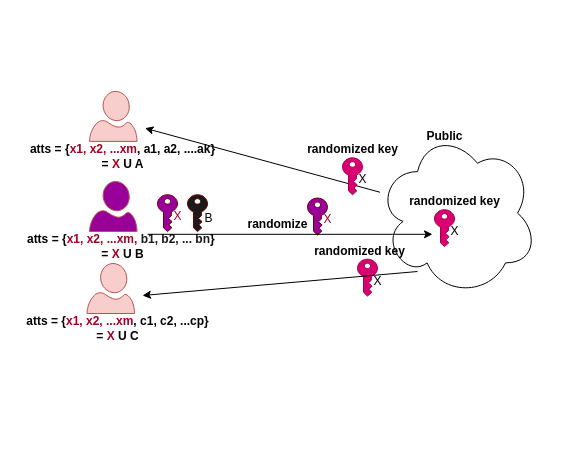
This is AKL.drawio from huyle84/diagrams, a draw.io file, before an edit. Source tidied: cells renumbered, new cells numbered last; positions are measured from the earlier drawing's top-left corner, leaving out a move shared by most shapes. Both pictures are drawn from the tidied source at 100%, with x=0, y=0 at pixel (17, 91).
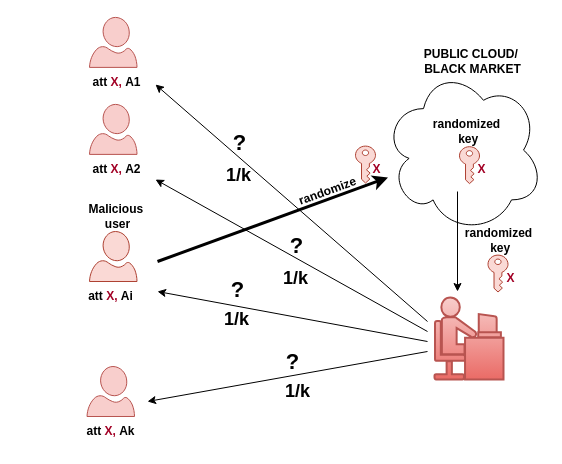
The same diagram, later.

The edit, as a diff of the source:
```diff
@@
     <mxCell id="2" style="ellipse;shape=cloud;whiteSpace=wrap;html=1;" parent="1" vertex="1">
-      <mxGeometry x="360" y="38.6" width="160" height="166" as="geometry" />
+      <mxGeometry x="366" y="-24.4" width="160" height="166" as="geometry" />
     </mxCell>
     <mxCell id="3" style="verticalLabelPosition=bottom;html=1;verticalAlign=top;align=center;strokeColor=#b85450;fillColor=#f8cecc;shape=mxgraph.azure.user;" parent="1" vertex="1">
-      <mxGeometry x="72" y="-0.1" width="47.5" height="50" as="geometry" />
+      <mxGeometry x="72" y="-74.1" width="47.5" height="50" as="geometry" />
     </mxCell>
-    <mxCell id="4" style="verticalLabelPosition=bottom;html=1;verticalAlign=top;align=center;strokeColor=#b85450;fillColor=#990099;shape=mxgraph.azure.user;" parent="1" vertex="1">
-      <mxGeometry x="72" y="90" width="47.5" height="50" as="geometry" />
+    <mxCell id="4" style="verticalLabelPosition=bottom;html=1;verticalAlign=top;align=center;strokeColor=#ae4132;fillColor=#fad9d5;shape=mxgraph.azure.user;" parent="1" vertex="1">
+      <mxGeometry x="72" y="140" width="47.5" height="50" as="geometry" />
     </mxCell>
     <mxCell id="5" style="verticalLabelPosition=bottom;html=1;verticalAlign=top;align=center;strokeColor=#b85450;fillColor=#f8cecc;shape=mxgraph.azure.user;" parent="1" vertex="1">
-      <mxGeometry x="69.5" y="172" width="47.5" height="50" as="geometry" />
+      <mxGeometry x="69.5" y="275" width="47.5" height="50" as="geometry" />
     </mxCell>
-    <mxCell id="6" value="atts = {&lt;span&gt;&lt;font color=&quot;#a20025&quot;&gt;x1, x2, ...xm, &lt;/font&gt;&lt;font color=&quot;#1a1a1a&quot;&gt;b1, b2, ... bn&lt;/font&gt;&lt;/span&gt;}&amp;nbsp;&lt;div&gt;= &lt;font color=&quot;#a20025&quot;&gt;X&lt;/font&gt; U B&lt;/div&gt;" style="text;html=1;align=center;verticalAlign=middle;strokeColor=none;fillColor=none;fontStyle=1;" parent="1" vertex="1">
-      <mxGeometry y="135" width="210" height="40" as="geometry" />
-    </mxCell>
-    <mxCell id="7" style="sketch=0;shadow=0;dashed=0;html=1;strokeColor=#6F0000;labelPosition=center;verticalLabelPosition=bottom;verticalAlign=top;align=center;shape=mxgraph.office.security.key_permissions;fillColor=#990099;rotation=0;fontColor=#ffffff;" parent="1" vertex="1">
-      <mxGeometry x="140" y="103.2" width="20" height="36.9" as="geometry" />
-    </mxCell>
-    <mxCell id="8" value="atts = {&lt;font color=&quot;#a20025&quot;&gt;&lt;span&gt;x1, x2, ...xm&lt;/span&gt;&lt;/font&gt;, c1, c2, ...cp}&lt;div&gt;= &lt;font color=&quot;#a20025&quot;&gt;X&lt;/font&gt; U C&lt;/div&gt;" style="text;html=1;align=center;verticalAlign=middle;strokeColor=none;fillColor=none;fontStyle=1;" parent="1" vertex="1">
-      <mxGeometry y="217" width="200" height="40" as="geometry" />
-    </mxCell>
-    <mxCell id="9" value="atts = {&lt;font color=&quot;#a20025&quot;&gt;&lt;span&gt;x1, x2, ...xm&lt;/span&gt;&lt;/font&gt;, a1, a2, ....ak}&lt;div&gt;= &lt;font color=&quot;#a20025&quot;&gt;X&lt;/font&gt; U A&lt;/div&gt;" style="text;html=1;align=center;verticalAlign=middle;points=[];strokeColor=none;fillColor=none;fontStyle=1;" parent="1" vertex="1">
-      <mxGeometry x="5" y="44.9" width="200" height="40" as="geometry" />
+    <mxCell id="9" value="att&amp;nbsp;&lt;font color=&quot;#a20025&quot;&gt;X,&lt;/font&gt;&amp;nbsp;A1" style="text;html=1;align=center;verticalAlign=middle;points=[];strokeColor=none;fillColor=none;fontStyle=1;" parent="1" vertex="1">
+      <mxGeometry x="64" y="-24.1" width="70" height="30" as="geometry" />
     </mxCell>
-    <mxCell id="10" value="&lt;font color=&quot;#a20025&quot;&gt;X&lt;/font&gt;" style="text;html=1;align=center;verticalAlign=middle;strokeColor=none;fillColor=none;" parent="1" vertex="1">
-      <mxGeometry x="145" y="110" width="30" height="30" as="geometry" />
-    </mxCell>
-    <mxCell id="11" style="sketch=0;shadow=0;dashed=0;html=1;strokeColor=#6F0000;labelPosition=center;verticalLabelPosition=bottom;verticalAlign=top;align=center;shape=mxgraph.office.security.key_permissions;fillColor=#1A1A1A;rotation=0;fontColor=#ffffff;" parent="1" vertex="1">
-      <mxGeometry x="170" y="103.2" width="20" height="36.9" as="geometry" />
-    </mxCell>
-    <mxCell id="12" value="B" style="text;html=1;align=center;verticalAlign=middle;strokeColor=none;fillColor=none;" parent="1" vertex="1">
-      <mxGeometry x="176" y="112" width="30" height="30" as="geometry" />
-    </mxCell>
-    <mxCell id="13" style="sketch=0;shadow=0;dashed=0;html=1;strokeColor=#A50040;labelPosition=center;verticalLabelPosition=bottom;verticalAlign=top;align=center;shape=mxgraph.office.security.key_permissions;fillColor=#d80073;rotation=0;fontColor=#ffffff;" parent="1" vertex="1">
-      <mxGeometry x="417" y="118.2" width="20" height="36.9" as="geometry" />
+    <mxCell id="13" style="sketch=0;shadow=0;dashed=0;html=1;strokeColor=#ae4132;labelPosition=center;verticalLabelPosition=bottom;verticalAlign=top;align=center;shape=mxgraph.office.security.key_permissions;fillColor=#fad9d5;rotation=0;" parent="1" vertex="1">
+      <mxGeometry x="442" y="55.2" width="20" height="36.9" as="geometry" />
     </mxCell>
-    <mxCell id="14" value="X" style="text;html=1;align=center;verticalAlign=middle;strokeColor=none;fillColor=none;" parent="1" vertex="1">
-      <mxGeometry x="422" y="125" width="30" height="30" as="geometry" />
-    </mxCell>
-    <mxCell id="15" value="Public" style="text;html=1;align=center;verticalAlign=middle;strokeColor=none;fillColor=none;fontStyle=1;" parent="1" vertex="1">
-      <mxGeometry x="397" y="30" width="60" height="30" as="geometry" />
+    <mxCell id="15" value="PUBLIC CLOUD/&amp;nbsp;&lt;div&gt;BLACK MARKET&lt;/div&gt;" style="text;html=1;align=center;verticalAlign=middle;strokeColor=none;fillColor=none;fontStyle=1;" parent="1" vertex="1">
+      <mxGeometry x="395" y="-50.1" width="120" height="40" as="geometry" />
     </mxCell>
-    <mxCell id="16" value="randomized key" style="text;html=1;align=center;verticalAlign=middle;strokeColor=none;fillColor=none;fontStyle=1;" parent="1" vertex="1">
-      <mxGeometry x="382" y="95" width="110" height="30" as="geometry" />
+    <mxCell id="16" value="randomized&lt;div&gt;&amp;nbsp;key&lt;/div&gt;" style="text;html=1;align=center;verticalAlign=middle;strokeColor=none;fillColor=none;fontStyle=1;" parent="1" vertex="1">
+      <mxGeometry x="404" y="20" width="90" height="40" as="geometry" />
     </mxCell>
-    <mxCell id="17" style="endArrow=classic;html=1;rounded=0;" parent="1" edge="1" source="2">
-      <mxGeometry relative="1" as="geometry">
-        <mxPoint x="127.5" y="36.7" as="targetPoint" />
-      </mxGeometry>
-    </mxCell>
-    <mxCell id="18" style="sketch=0;shadow=0;dashed=0;html=1;strokeColor=#A50040;labelPosition=center;verticalLabelPosition=bottom;verticalAlign=top;align=center;shape=mxgraph.office.security.key_permissions;fillColor=#d80073;rotation=0;fontColor=#ffffff;" parent="1" vertex="1">
-      <mxGeometry x="325" y="66.3" width="20" height="36.9" as="geometry" />
-    </mxCell>
-    <mxCell id="19" value="X" style="text;html=1;align=center;verticalAlign=middle;strokeColor=none;fillColor=none;" parent="1" vertex="1">
-      <mxGeometry x="330" y="73.1" width="30" height="30" as="geometry" />
-    </mxCell>
-    <mxCell id="20" style="sketch=0;shadow=0;dashed=0;html=1;strokeColor=#A50040;labelPosition=center;verticalLabelPosition=bottom;verticalAlign=top;align=center;shape=mxgraph.office.security.key_permissions;fillColor=#d80073;rotation=0;fontColor=#ffffff;" parent="1" vertex="1">
-      <mxGeometry x="340" y="167.7" width="20" height="36.9" as="geometry" />
-    </mxCell>
-    <mxCell id="21" value="X" style="text;html=1;align=center;verticalAlign=middle;strokeColor=none;fillColor=none;" parent="1" vertex="1">
-      <mxGeometry x="345" y="174.6" width="30" height="30" as="geometry" />
-    </mxCell>
-    <mxCell id="22" style="endArrow=classic;html=1;rounded=0;" parent="1" edge="1">
-      <mxGeometry relative="1" as="geometry">
-        <mxPoint x="400" y="180" as="sourcePoint" />
-        <mxPoint x="125" y="204" as="targetPoint" />
-      </mxGeometry>
-    </mxCell>
-    <mxCell id="23" style="sketch=0;shadow=0;dashed=0;html=1;strokeColor=#6F0000;labelPosition=center;verticalLabelPosition=bottom;verticalAlign=top;align=center;shape=mxgraph.office.security.key_permissions;fillColor=#990099;rotation=0;fontColor=#ffffff;" parent="1" vertex="1">
-      <mxGeometry x="290" y="106.6" width="20" height="36.9" as="geometry" />
+    <mxCell id="23" style="sketch=0;shadow=0;dashed=0;html=1;strokeColor=#ae4132;labelPosition=center;verticalLabelPosition=bottom;verticalAlign=top;align=center;shape=mxgraph.office.security.key_permissions;fillColor=#fad9d5;rotation=0;" parent="1" vertex="1">
+      <mxGeometry x="338" y="54.6" width="20" height="36.9" as="geometry" />
     </mxCell>
-    <mxCell id="24" value="&lt;font color=&quot;#a20025&quot;&gt;X&lt;/font&gt;" style="text;html=1;align=center;verticalAlign=middle;strokeColor=none;fillColor=none;" parent="1" vertex="1">
-      <mxGeometry x="295" y="113.4" width="30" height="30" as="geometry" />
+    <mxCell id="24" value="&lt;font color=&quot;#a20025&quot;&gt;X&lt;/font&gt;" style="text;html=1;align=center;verticalAlign=middle;strokeColor=none;fillColor=none;fontStyle=1;" parent="1" vertex="1">
+      <mxGeometry x="344" y="63.4" width="30" height="30" as="geometry" />
     </mxCell>
-    <mxCell id="25" style="endArrow=classic;html=1;rounded=0;" parent="1" edge="1">
+    <mxCell id="25" style="endArrow=classic;html=1;rounded=0;strokeWidth=3;" parent="1" edge="1" target="2">
       <mxGeometry relative="1" as="geometry">
-        <mxPoint x="130" y="142.8" as="sourcePoint" />
-        <mxPoint x="415" y="142.8" as="targetPoint" />
+        <mxPoint x="140" y="170" as="sourcePoint" />
       </mxGeometry>
     </mxCell>
-    <mxCell id="26" value="randomized key" style="text;html=1;align=center;verticalAlign=middle;strokeColor=none;fillColor=none;fontStyle=1;" parent="1" vertex="1">
-      <mxGeometry x="287" y="144.6" width="110" height="30" as="geometry" />
-    </mxCell>
-    <mxCell id="27" value="randomized key" style="text;html=1;align=center;verticalAlign=middle;strokeColor=none;fillColor=none;fontStyle=1;" parent="1" vertex="1">
-      <mxGeometry x="280" y="43.1" width="110" height="30" as="geometry" />
-    </mxCell>
-    <mxCell id="28" value="randomize" style="text;html=1;align=center;verticalAlign=middle;strokeColor=none;fillColor=none;fontStyle=1;" parent="1" vertex="1">
-      <mxGeometry x="220" y="118.1" width="80" height="30" as="geometry" />
+    <mxCell id="28" value="randomize" style="text;html=1;align=center;verticalAlign=middle;strokeColor=none;fillColor=none;fontStyle=1;rotation=-20;" parent="1" vertex="1">
+      <mxGeometry x="270" y="85.1" width="80" height="30" as="geometry" />
     </mxCell>
+    <mxCell id="29" value="att&amp;nbsp;&lt;font color=&quot;#a20025&quot;&gt;X,&lt;/font&gt;&amp;nbsp;Ai" style="text;html=1;align=center;verticalAlign=middle;strokeColor=none;fillColor=none;fontStyle=1;" parent="1" vertex="1">
+      <mxGeometry x="58.2" y="190" width="70" height="30" as="geometry" />
+    </mxCell>
+    <mxCell id="30" value="att&amp;nbsp;&lt;font color=&quot;#a20025&quot;&gt;X,&lt;/font&gt;&amp;nbsp;Ak" style="text;html=1;align=center;verticalAlign=middle;strokeColor=none;fillColor=none;fontStyle=1;" parent="1" vertex="1">
+      <mxGeometry x="58.2" y="325" width="70" height="30" as="geometry" />
+    </mxCell>
+    <mxCell id="31" value="Malicious&amp;nbsp;&lt;div&gt;&lt;div&gt;user&lt;/div&gt;&lt;/div&gt;" style="text;html=1;align=center;verticalAlign=middle;strokeColor=none;fillColor=none;fontStyle=1;" parent="1" vertex="1">
+      <mxGeometry x="60" y="104.6" width="80" height="40" as="geometry" />
+    </mxCell>
+    <mxCell id="32" style="verticalLabelPosition=bottom;html=1;verticalAlign=top;align=center;strokeColor=#b85450;fillColor=#f8cecc;shape=mxgraph.azure.user;" parent="1" vertex="1">
+      <mxGeometry x="72" y="12.9" width="47.5" height="50" as="geometry" />
+    </mxCell>
+    <mxCell id="33" value="att&amp;nbsp;&lt;font color=&quot;#a20025&quot;&gt;X,&lt;/font&gt;&amp;nbsp;A2" style="text;html=1;align=center;verticalAlign=middle;points=[];strokeColor=none;fillColor=none;fontStyle=1;" parent="1" vertex="1">
+      <mxGeometry x="64" y="62.9" width="70" height="30" as="geometry" />
+    </mxCell>
+    <mxCell id="34" style="shape=mxgraph.cisco.people.androgenous_person;html=1;dashed=0;fillColor=#f8cecc;strokeColor=#b85450;strokeWidth=2;verticalLabelPosition=bottom;verticalAlign=top;align=center;gradientColor=#ea6b66;" parent="1" vertex="1">
+      <mxGeometry x="417" y="206" width="69" height="82" as="geometry" />
+    </mxCell>
+    <mxCell id="35" value="&lt;font color=&quot;#a20025&quot;&gt;X&lt;/font&gt;" style="text;html=1;align=center;verticalAlign=middle;strokeColor=none;fillColor=none;fontStyle=1;" parent="1" vertex="1">
+      <mxGeometry x="448.5" y="63.4" width="30" height="30" as="geometry" />
+    </mxCell>
+    <mxCell id="36" style="endArrow=classic;html=1;rounded=0;" parent="1" edge="1">
+      <mxGeometry relative="1" as="geometry">
+        <mxPoint x="440" y="100" as="sourcePoint" />
+        <mxPoint x="440" y="200" as="targetPoint" />
+      </mxGeometry>
+    </mxCell>
+    <mxCell id="37" style="sketch=0;shadow=0;dashed=0;html=1;strokeColor=#ae4132;labelPosition=center;verticalLabelPosition=bottom;verticalAlign=top;align=center;shape=mxgraph.office.security.key_permissions;fillColor=#fad9d5;rotation=0;" parent="1" vertex="1">
+      <mxGeometry x="470.5" y="163.6" width="20" height="36.9" as="geometry" />
+    </mxCell>
+    <mxCell id="38" value="&lt;font color=&quot;#a20025&quot;&gt;X&lt;/font&gt;" style="text;html=1;align=center;verticalAlign=middle;strokeColor=none;fillColor=none;fontStyle=1;" parent="1" vertex="1">
+      <mxGeometry x="477.5" y="172" width="30" height="30" as="geometry" />
+    </mxCell>
+    <mxCell id="39" style="endArrow=classic;html=1;rounded=0;entryX=1.057;entryY=0.571;entryDx=0;entryDy=0;entryPerimeter=0;" parent="1" edge="1" target="9">
+      <mxGeometry relative="1" as="geometry">
+        <mxPoint x="410" y="230" as="sourcePoint" />
+      </mxGeometry>
+    </mxCell>
+    <mxCell id="40" style="endArrow=classic;html=1;rounded=0;entryX=1.057;entryY=0.838;entryDx=0;entryDy=0;entryPerimeter=0;" parent="1" edge="1" target="33">
+      <mxGeometry relative="1" as="geometry">
+        <mxPoint x="410" y="240" as="sourcePoint" />
+      </mxGeometry>
+    </mxCell>
+    <mxCell id="41" style="endArrow=classic;html=1;rounded=0;" parent="1" edge="1">
+      <mxGeometry relative="1" as="geometry">
+        <mxPoint x="410" y="250" as="sourcePoint" />
+        <mxPoint x="140" y="200" as="targetPoint" />
+      </mxGeometry>
+    </mxCell>
+    <mxCell id="42" style="endArrow=classic;html=1;rounded=0;" parent="1" edge="1">
+      <mxGeometry relative="1" as="geometry">
+        <mxPoint x="410" y="260" as="sourcePoint" />
+        <mxPoint x="130" y="310" as="targetPoint" />
+      </mxGeometry>
+    </mxCell>
+    <mxCell id="43" value="&lt;b&gt;&lt;font style=&quot;font-size: 22px;&quot;&gt;?&lt;/font&gt;&lt;/b&gt;" style="text;html=1;align=center;verticalAlign=middle;strokeColor=none;fillColor=none;" parent="1" vertex="1">
+      <mxGeometry x="202" y="32" width="40" height="40" as="geometry" />
+    </mxCell>
+    <mxCell id="44" value="&lt;font style=&quot;font-size: 18px;&quot;&gt;1/k&lt;/font&gt;" style="text;html=1;align=center;verticalAlign=middle;strokeColor=none;fillColor=none;fontStyle=1;" parent="1" vertex="1">
+      <mxGeometry x="196" y="69" width="50" height="30" as="geometry" />
+    </mxCell>
+    <mxCell id="45" value="&lt;b&gt;&lt;font style=&quot;font-size: 22px;&quot;&gt;?&lt;/font&gt;&lt;/b&gt;" style="text;html=1;align=center;verticalAlign=middle;strokeColor=none;fillColor=none;" parent="1" vertex="1">
+      <mxGeometry x="259" y="135" width="40" height="40" as="geometry" />
+    </mxCell>
+    <mxCell id="46" value="&lt;font style=&quot;font-size: 18px;&quot;&gt;1/k&lt;/font&gt;" style="text;html=1;align=center;verticalAlign=middle;strokeColor=none;fillColor=none;fontStyle=1;" parent="1" vertex="1">
+      <mxGeometry x="253" y="172" width="50" height="30" as="geometry" />
+    </mxCell>
+    <mxCell id="47" value="&lt;b&gt;&lt;font style=&quot;font-size: 22px;&quot;&gt;?&lt;/font&gt;&lt;/b&gt;" style="text;html=1;align=center;verticalAlign=middle;strokeColor=none;fillColor=none;" parent="1" vertex="1">
+      <mxGeometry x="200" y="179" width="40" height="40" as="geometry" />
+    </mxCell>
+    <mxCell id="48" value="&lt;font style=&quot;font-size: 18px;&quot;&gt;1/k&lt;/font&gt;" style="text;html=1;align=center;verticalAlign=middle;strokeColor=none;fillColor=none;fontStyle=1;" parent="1" vertex="1">
+      <mxGeometry x="194" y="213" width="50" height="30" as="geometry" />
+    </mxCell>
+    <mxCell id="49" value="&lt;b&gt;&lt;font style=&quot;font-size: 22px;&quot;&gt;?&lt;/font&gt;&lt;/b&gt;" style="text;html=1;align=center;verticalAlign=middle;strokeColor=none;fillColor=none;" parent="1" vertex="1">
+      <mxGeometry x="255" y="251" width="40" height="40" as="geometry" />
+    </mxCell>
+    <mxCell id="50" value="&lt;font style=&quot;font-size: 18px;&quot;&gt;1/k&lt;/font&gt;" style="text;html=1;align=center;verticalAlign=middle;strokeColor=none;fillColor=none;fontStyle=1;" parent="1" vertex="1">
+      <mxGeometry x="255" y="285" width="50" height="30" as="geometry" />
+    </mxCell>
+    <mxCell id="51" value="randomized&lt;div&gt;&amp;nbsp;key&lt;/div&gt;" style="text;html=1;align=center;verticalAlign=middle;strokeColor=none;fillColor=none;fontStyle=1;" parent="1" vertex="1">
+      <mxGeometry x="436" y="129" width="90" height="40" as="geometry" />
+    </mxCell>
```
